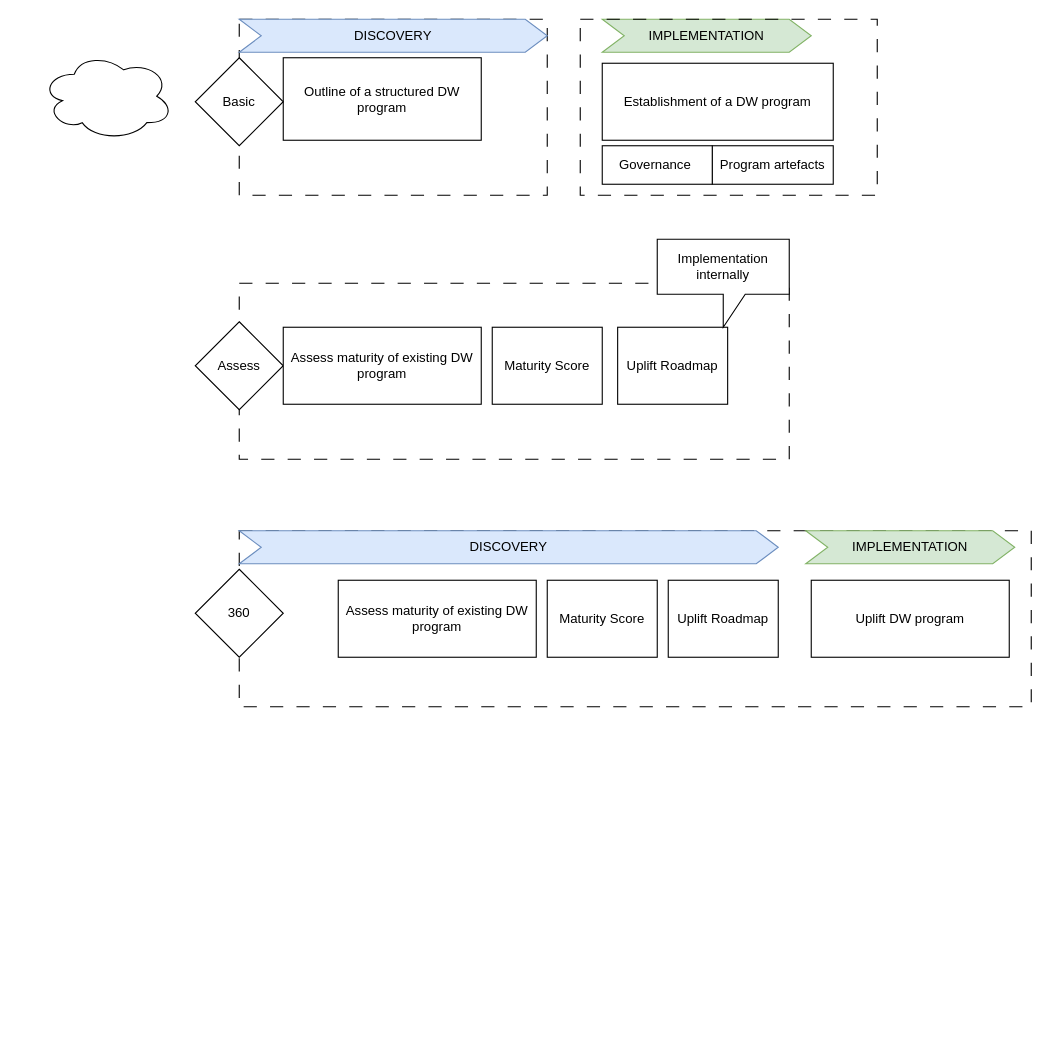
Above: DWSF Offerings.drawio in wondarider/DWSF (draw.io), before the change. Source tidied: cells renumbered, new cells numbered last; positions are measured from the earlier drawing's top-left corner, leaving out a move shared by most shapes. Both pictures are drawn from the tidied source at 110%, with x=0, y=0 at pixel (41, 19).
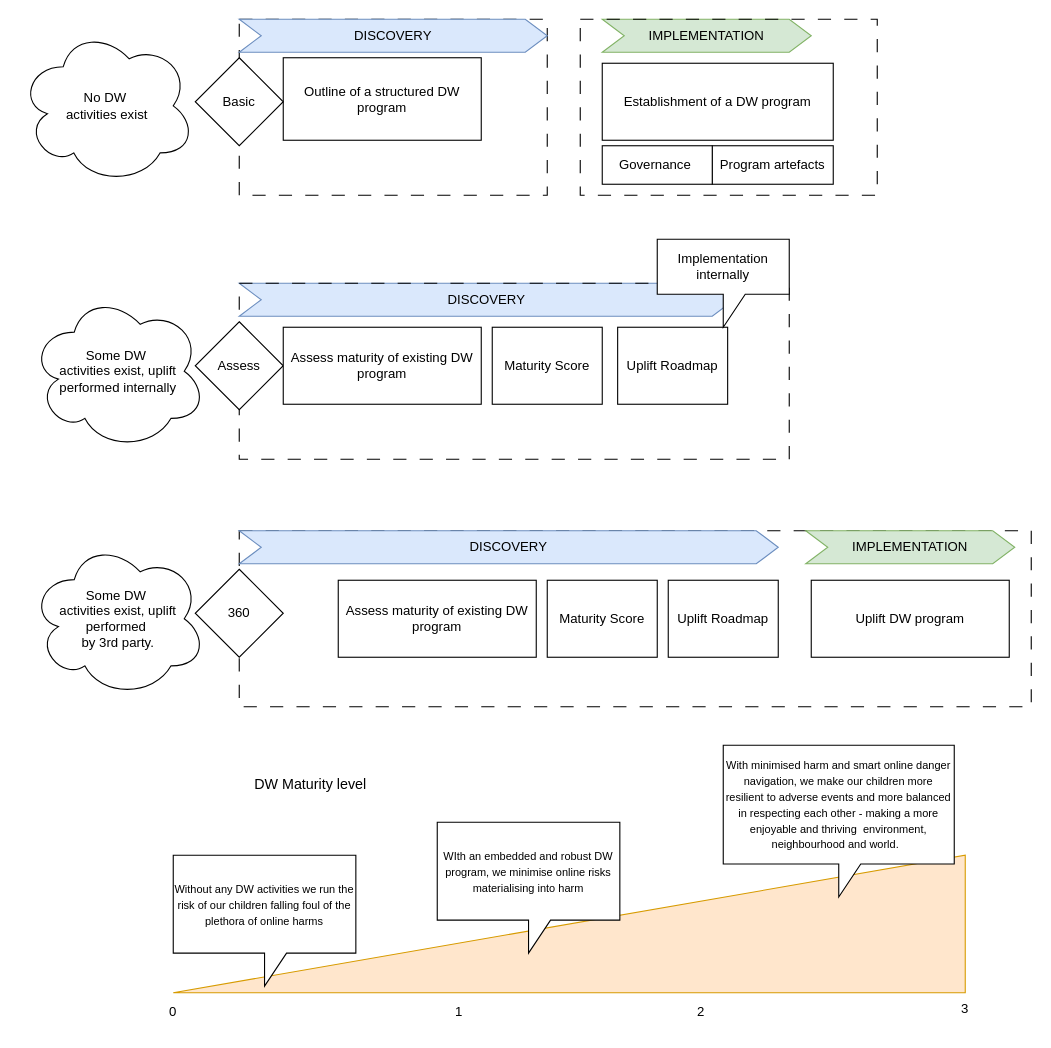
After the change.

What changed in the source:
```diff
@@
+    <mxCell id="26" value="DISCOVERY" style="shape=step;perimeter=stepPerimeter;whiteSpace=wrap;html=1;fixedSize=1;fillColor=#dae8fc;strokeColor=#6c8ebf;" parent="1" vertex="1">
+      <mxGeometry x="180" y="240" width="450" height="30" as="geometry" />
+    </mxCell>
@@
-    <mxCell id="25" style="ellipse;shape=cloud;whiteSpace=wrap;html=1;" parent="1" vertex="1">
-      <mxGeometry y="30" width="120" height="80" as="geometry" />
+    <mxCell id="25" value="No DW&amp;nbsp;&lt;div&gt;activities exist&lt;/div&gt;" style="ellipse;shape=cloud;whiteSpace=wrap;html=1;" parent="1" vertex="1">
+      <mxGeometry x="-20" y="7.5" width="160" height="142.5" as="geometry" />
     </mxCell>
+    <mxCell id="27" value="Some DW&amp;nbsp;&lt;div&gt;activities exist, uplift performed internally&lt;/div&gt;" style="ellipse;shape=cloud;whiteSpace=wrap;html=1;" parent="1" vertex="1">
+      <mxGeometry x="-10" y="248.8" width="160" height="142.5" as="geometry" />
+    </mxCell>
+    <mxCell id="28" value="Some DW&amp;nbsp;&lt;div&gt;activities exist, uplift performed&amp;nbsp;&lt;/div&gt;&lt;div&gt;by 3rd party.&lt;/div&gt;" style="ellipse;shape=cloud;whiteSpace=wrap;html=1;" parent="1" vertex="1">
+      <mxGeometry x="-10" y="473.8" width="160" height="142.5" as="geometry" />
+    </mxCell>
+    <mxCell id="29" style="shape=manualInput;boundedLbl=1;whiteSpace=wrap;html=1;size=125;fillColor=#ffe6cc;strokeColor=#d79b00;" parent="1" vertex="1">
+      <mxGeometry x="120" y="760" width="720" height="125" as="geometry" />
+    </mxCell>
+    <mxCell id="30" value="&lt;font style=&quot;font-size: 13px;&quot;&gt;DW Maturity level&lt;/font&gt;" style="text;html=1;whiteSpace=wrap;strokeColor=none;fillColor=none;align=center;verticalAlign=middle;rounded=0;" parent="1" vertex="1">
+      <mxGeometry x="120" y="680" width="250" height="30" as="geometry" />
+    </mxCell>
+    <mxCell id="31" value="0" style="text;html=1;whiteSpace=wrap;strokeColor=none;fillColor=none;align=center;verticalAlign=middle;rounded=0;" parent="1" vertex="1">
+      <mxGeometry x="90" y="888" width="60" height="30" as="geometry" />
+    </mxCell>
+    <mxCell id="32" value="1" style="text;html=1;whiteSpace=wrap;strokeColor=none;fillColor=none;align=center;verticalAlign=middle;rounded=0;" parent="1" vertex="1">
+      <mxGeometry x="350" y="888" width="60" height="30" as="geometry" />
+    </mxCell>
+    <mxCell id="33" value="2" style="text;html=1;whiteSpace=wrap;strokeColor=none;fillColor=none;align=center;verticalAlign=middle;rounded=0;" parent="1" vertex="1">
+      <mxGeometry x="570" y="888" width="60" height="30" as="geometry" />
+    </mxCell>
+    <mxCell id="34" value="3" style="text;html=1;whiteSpace=wrap;strokeColor=none;fillColor=none;align=center;verticalAlign=middle;rounded=0;" parent="1" vertex="1">
+      <mxGeometry x="810" y="885" width="60" height="30" as="geometry" />
+    </mxCell>
+    <mxCell id="35" value="&lt;font style=&quot;font-size: 10px;&quot;&gt;&lt;span style=&quot;caret-color: rgb(0, 0, 0); color: rgb(0, 0, 0); font-family: Helvetica; font-style: normal; font-variant-caps: normal; font-weight: 400; letter-spacing: normal; text-align: center; text-indent: 0px; text-transform: none; white-space: normal; word-spacing: 0px; -webkit-text-stroke-width: 0px; text-decoration: none; float: none; display: inline !important;&quot;&gt;&lt;font&gt;WIth an embedded and robust DW program, we minimise online risks materia&lt;/font&gt;&lt;/span&gt;&lt;span style=&quot;caret-color: rgb(0, 0, 0); color: rgb(0, 0, 0); font-family: Helvetica; font-style: normal; font-variant-caps: normal; font-weight: 400; letter-spacing: normal; text-align: center; text-indent: 0px; text-transform: none; white-space: normal; word-spacing: 0px; -webkit-text-stroke-width: 0px; text-decoration: none; float: none; display: inline !important;&quot;&gt;lising into harm&lt;/span&gt;&lt;/font&gt;" style="shape=callout;whiteSpace=wrap;html=1;perimeter=calloutPerimeter;rotation=0;" parent="1" vertex="1">
+      <mxGeometry x="360" y="730" width="166" height="119" as="geometry" />
+    </mxCell>
+    <mxCell id="36" value="&lt;span style=&quot;caret-color: rgb(0, 0, 0); color: rgb(0, 0, 0); font-family: Helvetica; font-style: normal; font-variant-caps: normal; font-weight: 400; letter-spacing: normal; text-align: center; text-indent: 0px; text-transform: none; white-space: normal; word-spacing: 0px; -webkit-text-stroke-width: 0px; text-decoration: none; float: none; display: inline !important;&quot;&gt;&lt;font style=&quot;font-size: 10px;&quot;&gt;With minimised harm and smart online danger navigation, we make our children more resilient to adverse events and more balanced in respecting each other - making a more enjoyable and thriving &amp;nbsp;environment, neighbourhood and world. &amp;nbsp;&lt;/font&gt;&lt;/span&gt;" style="shape=callout;whiteSpace=wrap;html=1;perimeter=calloutPerimeter;" parent="1" vertex="1">
+      <mxGeometry x="620" y="660" width="210" height="138" as="geometry" />
+    </mxCell>
+    <mxCell id="37" value="&lt;font color=&quot;#000000&quot; size=&quot;1&quot;&gt;&lt;span style=&quot;caret-color: rgb(0, 0, 0);&quot;&gt;Without any DW activities we run the risk of our children falling foul of the plethora of online harms&lt;/span&gt;&lt;/font&gt;" style="shape=callout;whiteSpace=wrap;html=1;perimeter=calloutPerimeter;rotation=0;" parent="1" vertex="1">
+      <mxGeometry x="120" y="760" width="166" height="119" as="geometry" />
+    </mxCell>
```
